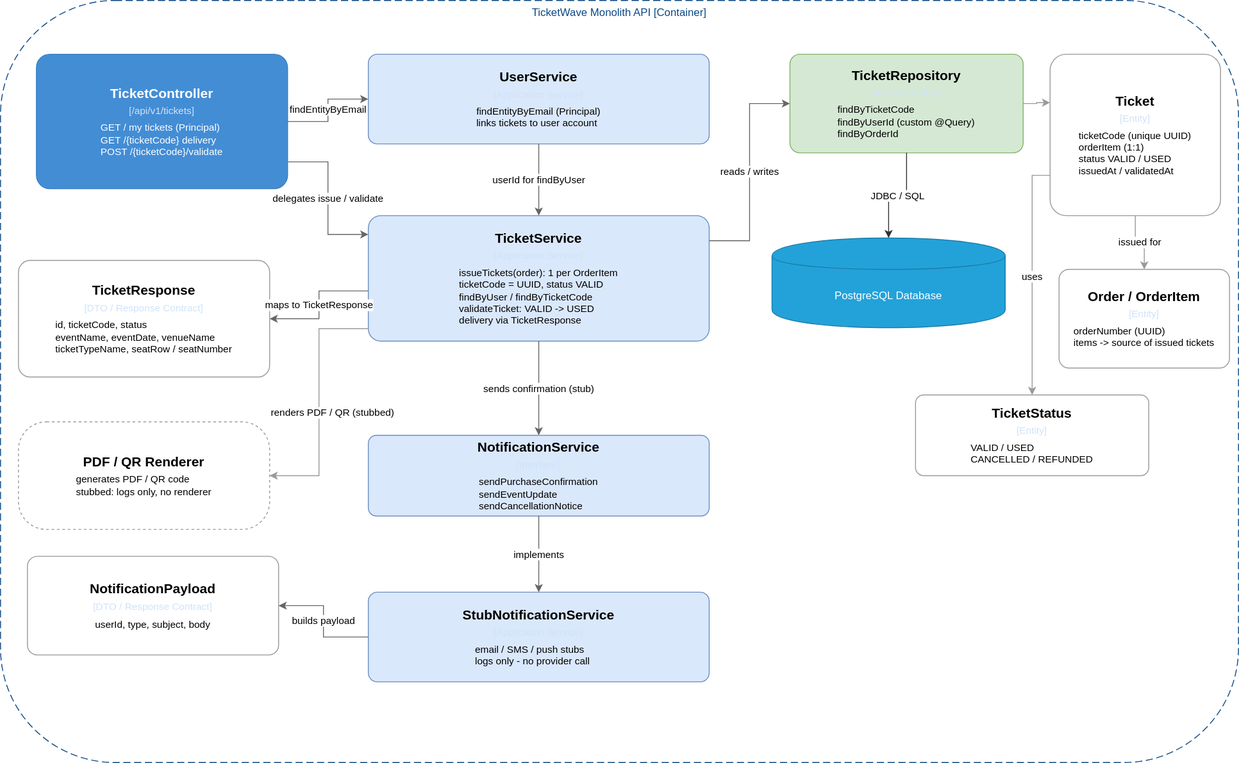
Above: diagrams/c4model/ticketwave-c3-digital-ticket-service.drawio.svg in Juanchoque1206/soe-TicketWave (draw.io), before the change. Source tidied: cells renumbered, new cells last; positions are measured from the earlier drawing's top-left corner, leaving out a move shared by most shapes.
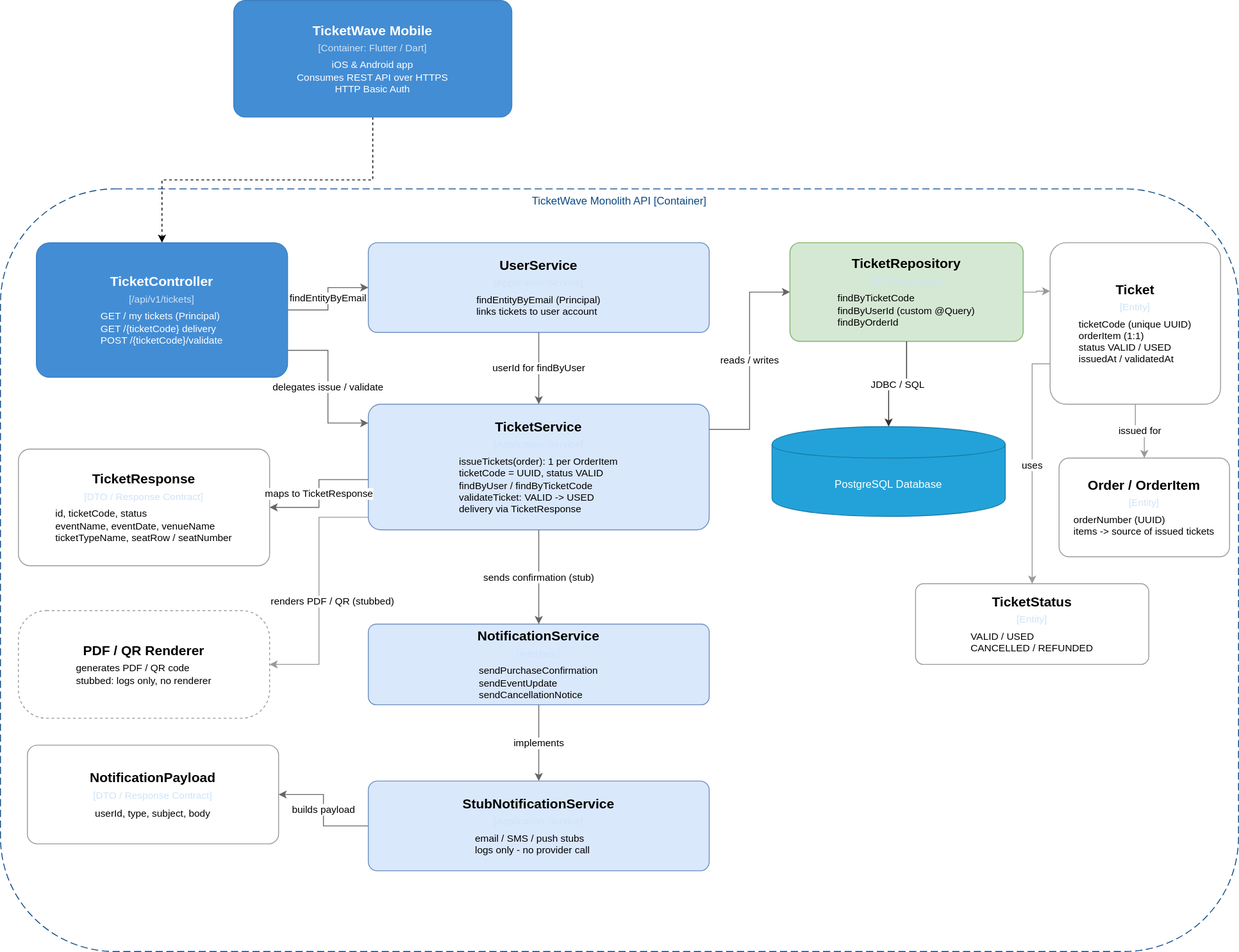
After the change.

What changed in the source:
```diff
@@ -83,5 +83,11 @@
     <mxCell id="28" value="JDBC / SQL" style="edgeStyle=orthogonalEdgeStyle;rounded=0;html=1;strokeColor=#666666;strokeColor=#333333;exitX=0.5;exitY=1;entryX=0.5;entryY=0;" parent="1" edge="1" source="11" target="12">
       <mxGeometry relative="1" as="geometry" />
     </mxCell>
+    <mxCell id="29" style="edgeStyle=orthogonalEdgeStyle;rounded=0;jettySize=auto;html=1;entryX=0.5;entryY=0;entryDx=0;entryDy=0;dashed=1;" parent="1" edge="1" source="30" target="3">
+      <mxGeometry relative="1" as="geometry" />
+    </mxCell>
+    <mxCell id="30" value="&lt;div style=&quot;border-color: rgb(218, 220, 224); font-size: 15px; font-weight: bold; margin-bottom: 4px;&quot;&gt;TicketWave Mobile&lt;/div&gt;&lt;div style=&quot;border-color: rgb(218, 220, 224); font-size: 11px; color: rgb(207, 227, 247); margin-bottom: 6px;&quot;&gt;[Container: Flutter / Dart]&lt;/div&gt;&lt;div style=&quot;border-color: rgb(218, 220, 224); font-size: 11px;&quot;&gt;iOS &amp;amp; Android app&lt;/div&gt;&lt;div style=&quot;border-color: rgb(218, 220, 224); font-size: 11px;&quot;&gt;Consumes REST API over HTTPS&lt;/div&gt;&lt;div style=&quot;border-color: rgb(218, 220, 224); font-size: 11px;&quot;&gt;HTTP Basic Auth&lt;/div&gt;" style="rounded=1;whiteSpace=wrap;html=1;fillColor=#438dd5;strokeColor=#3c7fc0;fontColor=#ffffff;arcSize=10;" parent="1" vertex="1">
+      <mxGeometry x="260" y="-210" width="310" height="130" as="geometry" />
+    </mxCell>
   </root>
 </mxGraphModel>
```
